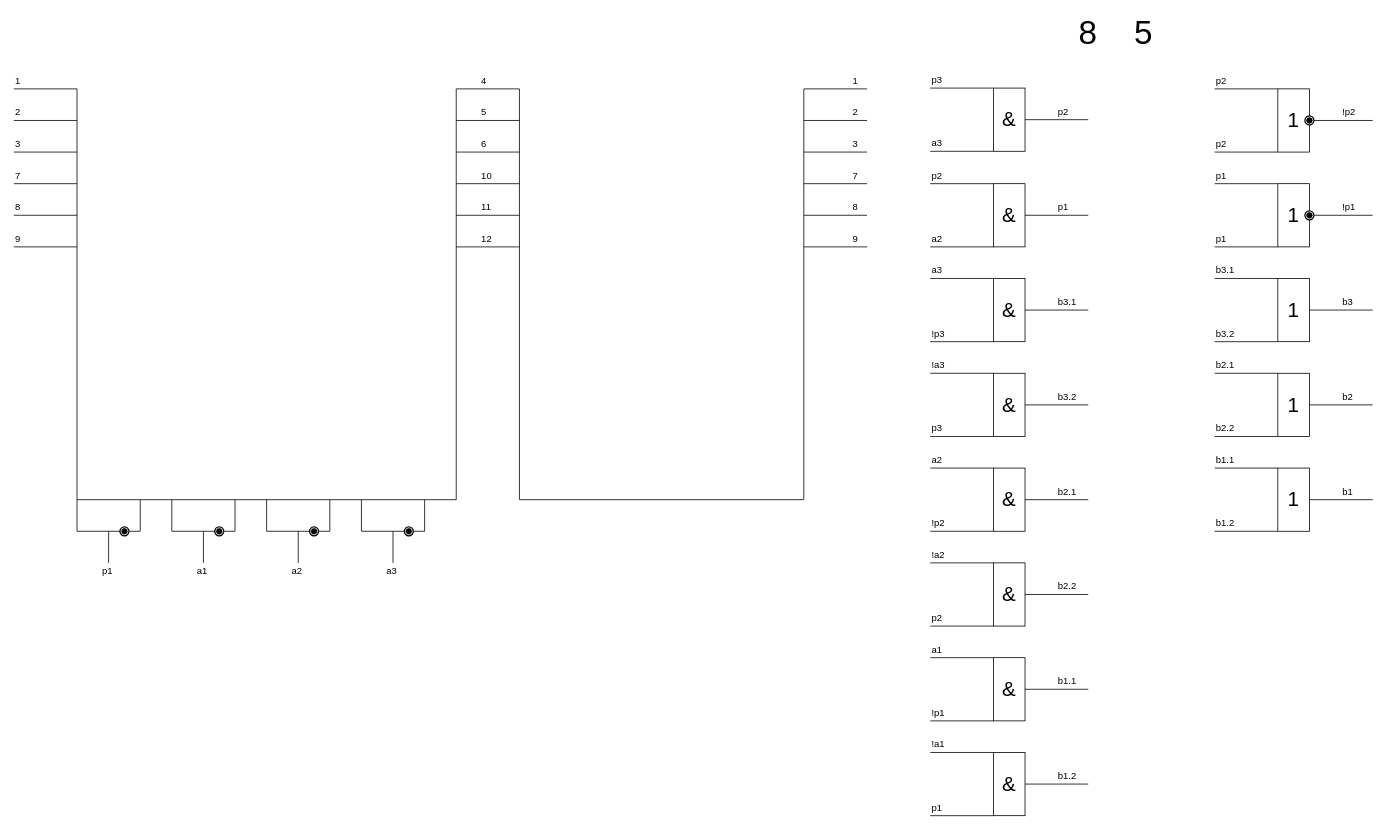
nayutalienx/digital_circuits keeps this draw.io diagram as counter.drawio. Above is the earlier version. Source tidied: cells renumbered, new cells numbered last; positions are measured from the earlier drawing's top-left corner, leaving out a move shared by most shapes. Both pictures are drawn from the tidied source at 79%, with x=0, y=0 at pixel (13, 25).
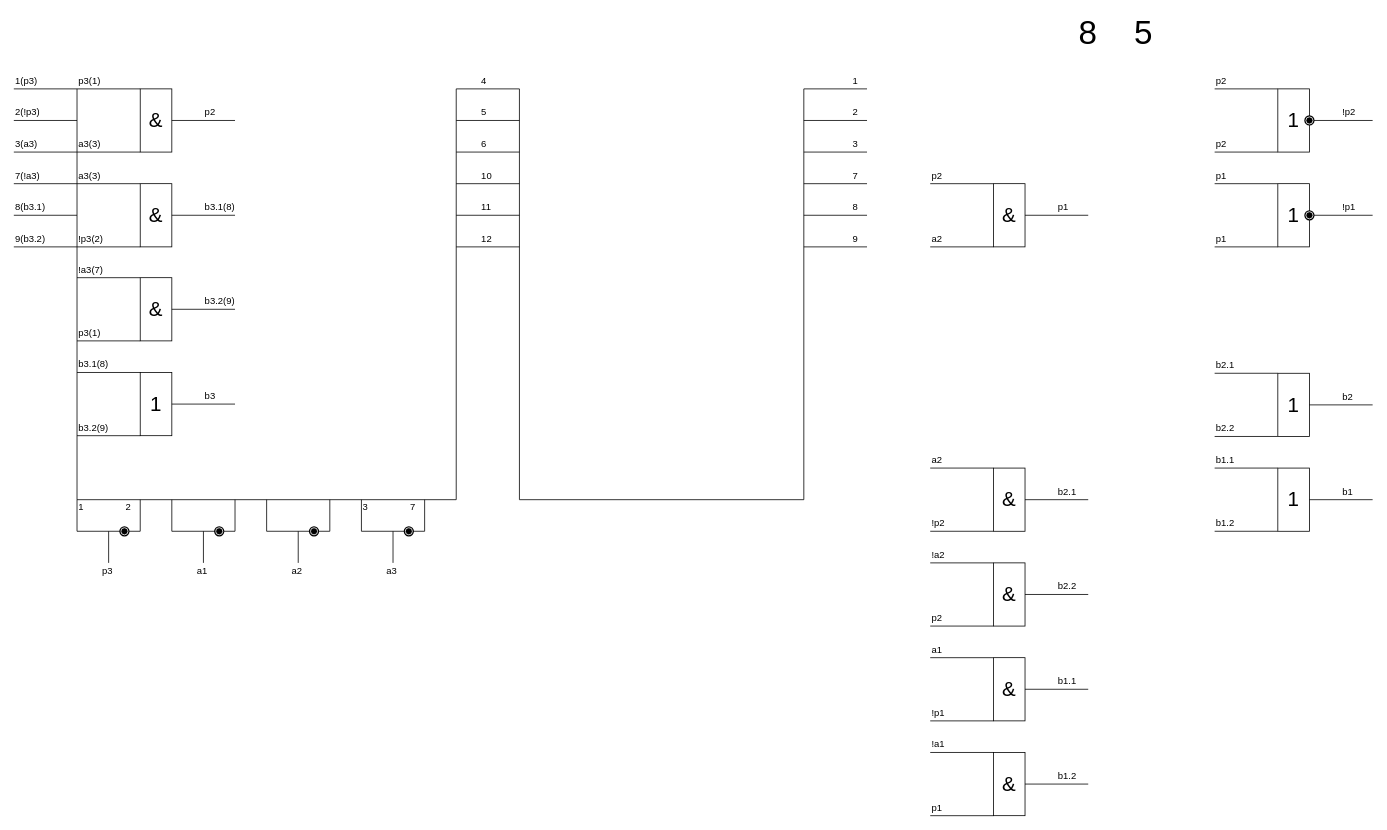
The same page after the edit.

Diff of the diagram source:
```diff
@@
-    <mxCell id="26" value="1" style="text;html=1;align=left;verticalAlign=top;spacingTop=-4;" parent="1" vertex="1">
-      <mxGeometry y="60" width="20" height="20" as="geometry" />
+    <mxCell id="26" value="1(p3)" style="text;html=1;align=left;verticalAlign=top;spacingTop=-4;" parent="1" vertex="1">
+      <mxGeometry y="60" width="40" height="20" as="geometry" />
     </mxCell>
-    <mxCell id="27" value="2" style="text;html=1;align=left;verticalAlign=top;spacingTop=-4;" parent="1" vertex="1">
-      <mxGeometry y="100" width="20" height="20" as="geometry" />
+    <mxCell id="27" value="2(!p3)" style="text;html=1;align=left;verticalAlign=top;spacingTop=-4;" parent="1" vertex="1">
+      <mxGeometry y="100" width="50" height="20" as="geometry" />
     </mxCell>
-    <mxCell id="28" value="3" style="text;html=1;align=left;verticalAlign=top;spacingTop=-4;" parent="1" vertex="1">
-      <mxGeometry y="140" width="20" height="20" as="geometry" />
+    <mxCell id="28" value="3(a3)" style="text;html=1;align=left;verticalAlign=top;spacingTop=-4;" parent="1" vertex="1">
+      <mxGeometry y="140" width="40" height="20" as="geometry" />
     </mxCell>
-    <mxCell id="29" value="7" style="text;html=1;align=left;verticalAlign=top;spacingTop=-4;" parent="1" vertex="1">
-      <mxGeometry y="180" width="20" height="20" as="geometry" />
+    <mxCell id="29" value="7(!a3)" style="text;html=1;align=left;verticalAlign=top;spacingTop=-4;" parent="1" vertex="1">
+      <mxGeometry y="180" width="50" height="20" as="geometry" />
     </mxCell>
-    <mxCell id="30" value="8" style="text;html=1;align=left;verticalAlign=top;spacingTop=-4;" parent="1" vertex="1">
-      <mxGeometry y="220" width="20" height="20" as="geometry" />
+    <mxCell id="30" value="8(b3.1)" style="text;html=1;align=left;verticalAlign=top;spacingTop=-4;" parent="1" vertex="1">
+      <mxGeometry y="220" width="50" height="20" as="geometry" />
     </mxCell>
-    <mxCell id="31" value="9" style="text;html=1;align=left;verticalAlign=top;spacingTop=-4;" parent="1" vertex="1">
-      <mxGeometry y="260" width="20" height="20" as="geometry" />
+    <mxCell id="31" value="9(b3.2)" style="text;html=1;align=left;verticalAlign=top;spacingTop=-4;" parent="1" vertex="1">
+      <mxGeometry y="260" width="50" height="20" as="geometry" />
     </mxCell>
@@
     <mxCell id="44" style="endArrow=none;html=1;" parent="1" edge="1">
       <mxGeometry relative="1" as="geometry">
-        <mxPoint x="1160" y="79" as="sourcePoint" />
-        <mxPoint x="1240" y="79" as="targetPoint" />
+        <mxPoint x="80" y="80" as="sourcePoint" />
+        <mxPoint x="160" y="80" as="targetPoint" />
       </mxGeometry>
     </mxCell>
     <mxCell id="45" style="endArrow=none;html=1;" parent="1" edge="1">
       <mxGeometry relative="1" as="geometry">
-        <mxPoint x="1160" y="159" as="sourcePoint" />
-        <mxPoint x="1240" y="159" as="targetPoint" />
+        <mxPoint x="80" y="160" as="sourcePoint" />
+        <mxPoint x="160" y="160" as="targetPoint" />
       </mxGeometry>
     </mxCell>
     <mxCell id="46" value="&lt;font style=&quot;font-size: 26px&quot;&gt;&amp;amp;&lt;/font&gt;" style="rounded=0;whiteSpace=wrap;html=1;" parent="1" vertex="1">
-      <mxGeometry x="1240" y="79" width="40" height="80" as="geometry" />
+      <mxGeometry x="160" y="80" width="40" height="80" as="geometry" />
     </mxCell>
     <mxCell id="47" style="endArrow=none;html=1;" parent="1" edge="1">
       <mxGeometry relative="1" as="geometry">
-        <mxPoint x="1280" y="119" as="sourcePoint" />
-        <mxPoint x="1360" y="119" as="targetPoint" />
+        <mxPoint x="200" y="120" as="sourcePoint" />
+        <mxPoint x="280" y="120" as="targetPoint" />
       </mxGeometry>
     </mxCell>
@@
-    <mxCell id="52" value="p3" style="text;html=1;align=left;verticalAlign=top;spacingTop=-4;" parent="1" vertex="1">
-      <mxGeometry x="1160" y="59" width="30" height="20" as="geometry" />
+    <mxCell id="52" value="p3(1)" style="text;html=1;align=left;verticalAlign=top;spacingTop=-4;" parent="1" vertex="1">
+      <mxGeometry x="80" y="60" width="40" height="20" as="geometry" />
     </mxCell>
-    <mxCell id="53" value="a3" style="text;html=1;align=left;verticalAlign=top;spacingTop=-4;" parent="1" vertex="1">
-      <mxGeometry x="1160" y="139" width="30" height="20" as="geometry" />
+    <mxCell id="53" value="a3(3)" style="text;html=1;align=left;verticalAlign=top;spacingTop=-4;" parent="1" vertex="1">
+      <mxGeometry x="80" y="140" width="40" height="20" as="geometry" />
     </mxCell>
     <mxCell id="54" value="p2" style="text;html=1;align=left;verticalAlign=top;spacingTop=-4;" parent="1" vertex="1">
-      <mxGeometry x="1320" y="99" width="30" height="20" as="geometry" />
+      <mxGeometry x="240" y="100" width="30" height="20" as="geometry" />
     </mxCell>
@@
     <mxCell id="67" style="endArrow=none;html=1;" parent="1" edge="1">
       <mxGeometry relative="1" as="geometry">
-        <mxPoint x="1160" y="320" as="sourcePoint" />
-        <mxPoint x="1240" y="320" as="targetPoint" />
+        <mxPoint x="80" y="200" as="sourcePoint" />
+        <mxPoint x="160" y="200" as="targetPoint" />
       </mxGeometry>
     </mxCell>
     <mxCell id="68" style="endArrow=none;html=1;" parent="1" edge="1">
       <mxGeometry relative="1" as="geometry">
-        <mxPoint x="1160" y="400" as="sourcePoint" />
-        <mxPoint x="1240" y="400" as="targetPoint" />
+        <mxPoint x="80" y="280" as="sourcePoint" />
+        <mxPoint x="160" y="280" as="targetPoint" />
       </mxGeometry>
     </mxCell>
     <mxCell id="69" value="&lt;font style=&quot;font-size: 26px&quot;&gt;&amp;amp;&lt;/font&gt;" style="rounded=0;whiteSpace=wrap;html=1;" parent="1" vertex="1">
-      <mxGeometry x="1240" y="320" width="40" height="80" as="geometry" />
+      <mxGeometry x="160" y="200" width="40" height="80" as="geometry" />
     </mxCell>
     <mxCell id="70" style="endArrow=none;html=1;" parent="1" edge="1">
       <mxGeometry relative="1" as="geometry">
-        <mxPoint x="1280" y="360" as="sourcePoint" />
-        <mxPoint x="1360" y="360" as="targetPoint" />
+        <mxPoint x="200" y="240" as="sourcePoint" />
+        <mxPoint x="280" y="240" as="targetPoint" />
       </mxGeometry>
     </mxCell>
-    <mxCell id="71" value="a3" style="text;html=1;align=left;verticalAlign=top;spacingTop=-4;" parent="1" vertex="1">
-      <mxGeometry x="1160" y="300" width="30" height="20" as="geometry" />
+    <mxCell id="71" value="a3(3)" style="text;html=1;align=left;verticalAlign=top;spacingTop=-4;" parent="1" vertex="1">
+      <mxGeometry x="80" y="180" width="40" height="20" as="geometry" />
     </mxCell>
-    <mxCell id="72" value="!p3" style="text;html=1;align=left;verticalAlign=top;spacingTop=-4;" parent="1" vertex="1">
-      <mxGeometry x="1160" y="380" width="30" height="20" as="geometry" />
+    <mxCell id="72" value="!p3(2)" style="text;html=1;align=left;verticalAlign=top;spacingTop=-4;" parent="1" vertex="1">
+      <mxGeometry x="80" y="260" width="50" height="20" as="geometry" />
     </mxCell>
-    <mxCell id="73" value="b3.1" style="text;html=1;align=left;verticalAlign=top;spacingTop=-4;" parent="1" vertex="1">
-      <mxGeometry x="1320" y="340" width="40" height="20" as="geometry" />
+    <mxCell id="73" value="b3.1(8)" style="text;html=1;align=left;verticalAlign=top;spacingTop=-4;" parent="1" vertex="1">
+      <mxGeometry x="240" y="220" width="50" height="20" as="geometry" />
     </mxCell>
     <mxCell id="74" style="endArrow=none;html=1;" parent="1" edge="1">
       <mxGeometry relative="1" as="geometry">
-        <mxPoint x="1160" y="440" as="sourcePoint" />
-        <mxPoint x="1240" y="440" as="targetPoint" />
+        <mxPoint x="80" y="319" as="sourcePoint" />
+        <mxPoint x="160" y="319" as="targetPoint" />
       </mxGeometry>
     </mxCell>
     <mxCell id="75" style="endArrow=none;html=1;" parent="1" edge="1">
       <mxGeometry relative="1" as="geometry">
-        <mxPoint x="1160" y="520" as="sourcePoint" />
-        <mxPoint x="1240" y="520" as="targetPoint" />
+        <mxPoint x="80" y="399" as="sourcePoint" />
+        <mxPoint x="160" y="399" as="targetPoint" />
       </mxGeometry>
     </mxCell>
     <mxCell id="76" value="&lt;font style=&quot;font-size: 26px&quot;&gt;&amp;amp;&lt;/font&gt;" style="rounded=0;whiteSpace=wrap;html=1;" parent="1" vertex="1">
-      <mxGeometry x="1240" y="440" width="40" height="80" as="geometry" />
+      <mxGeometry x="160" y="319" width="40" height="80" as="geometry" />
     </mxCell>
     <mxCell id="77" style="endArrow=none;html=1;" parent="1" edge="1">
       <mxGeometry relative="1" as="geometry">
-        <mxPoint x="1280" y="480" as="sourcePoint" />
-        <mxPoint x="1360" y="480" as="targetPoint" />
+        <mxPoint x="200" y="359" as="sourcePoint" />
+        <mxPoint x="280" y="359" as="targetPoint" />
       </mxGeometry>
     </mxCell>
-    <mxCell id="78" value="!a3" style="text;html=1;align=left;verticalAlign=top;spacingTop=-4;" parent="1" vertex="1">
-      <mxGeometry x="1160" y="420" width="30" height="20" as="geometry" />
+    <mxCell id="78" value="!a3(7)" style="text;html=1;align=left;verticalAlign=top;spacingTop=-4;" parent="1" vertex="1">
+      <mxGeometry x="80" y="299" width="50" height="20" as="geometry" />
     </mxCell>
-    <mxCell id="79" value="p3" style="text;html=1;align=left;verticalAlign=top;spacingTop=-4;" parent="1" vertex="1">
-      <mxGeometry x="1160" y="500" width="30" height="20" as="geometry" />
+    <mxCell id="79" value="p3(1)" style="text;html=1;align=left;verticalAlign=top;spacingTop=-4;" parent="1" vertex="1">
+      <mxGeometry x="80" y="379" width="40" height="20" as="geometry" />
     </mxCell>
-    <mxCell id="80" value="b3.2" style="text;html=1;align=left;verticalAlign=top;spacingTop=-4;" parent="1" vertex="1">
-      <mxGeometry x="1320" y="460" width="40" height="20" as="geometry" />
+    <mxCell id="80" value="b3.2(9)" style="text;html=1;align=left;verticalAlign=top;spacingTop=-4;" parent="1" vertex="1">
+      <mxGeometry x="240" y="339" width="50" height="20" as="geometry" />
     </mxCell>
@@
     <mxCell id="115" style="endArrow=none;html=1;" parent="1" edge="1">
       <mxGeometry relative="1" as="geometry">
-        <mxPoint x="1520" y="320" as="sourcePoint" />
-        <mxPoint x="1600" y="320" as="targetPoint" />
+        <mxPoint x="80" y="439" as="sourcePoint" />
+        <mxPoint x="160" y="439" as="targetPoint" />
       </mxGeometry>
     </mxCell>
     <mxCell id="116" style="endArrow=none;html=1;" parent="1" edge="1">
       <mxGeometry relative="1" as="geometry">
-        <mxPoint x="1520" y="400" as="sourcePoint" />
-        <mxPoint x="1600" y="400" as="targetPoint" />
+        <mxPoint x="80" y="519" as="sourcePoint" />
+        <mxPoint x="160" y="519" as="targetPoint" />
       </mxGeometry>
     </mxCell>
     <mxCell id="117" value="&lt;font style=&quot;font-size: 26px&quot;&gt;1&lt;/font&gt;" style="rounded=0;whiteSpace=wrap;html=1;" parent="1" vertex="1">
-      <mxGeometry x="1600" y="320" width="40" height="80" as="geometry" />
+      <mxGeometry x="160" y="439" width="40" height="80" as="geometry" />
     </mxCell>
     <mxCell id="118" style="endArrow=none;html=1;" parent="1" edge="1">
       <mxGeometry relative="1" as="geometry">
-        <mxPoint x="1640" y="360" as="sourcePoint" />
-        <mxPoint x="1720" y="360" as="targetPoint" />
+        <mxPoint x="200" y="479" as="sourcePoint" />
+        <mxPoint x="280" y="479" as="targetPoint" />
       </mxGeometry>
     </mxCell>
-    <mxCell id="119" value="b3.1" style="text;html=1;align=left;verticalAlign=top;spacingTop=-4;" parent="1" vertex="1">
-      <mxGeometry x="1520" y="300" width="40" height="20" as="geometry" />
+    <mxCell id="119" value="b3.1(8)" style="text;html=1;align=left;verticalAlign=top;spacingTop=-4;" parent="1" vertex="1">
+      <mxGeometry x="80" y="419" width="50" height="20" as="geometry" />
     </mxCell>
-    <mxCell id="120" value="b3.2" style="text;html=1;align=left;verticalAlign=top;spacingTop=-4;" parent="1" vertex="1">
-      <mxGeometry x="1520" y="380" width="40" height="20" as="geometry" />
+    <mxCell id="120" value="b3.2(9)" style="text;html=1;align=left;verticalAlign=top;spacingTop=-4;" parent="1" vertex="1">
+      <mxGeometry x="80" y="499" width="50" height="20" as="geometry" />
     </mxCell>
     <mxCell id="121" value="b3" style="text;html=1;align=left;verticalAlign=top;spacingTop=-4;" parent="1" vertex="1">
-      <mxGeometry x="1680" y="340" width="30" height="20" as="geometry" />
+      <mxGeometry x="240" y="459" width="30" height="20" as="geometry" />
     </mxCell>
@@
-    <mxCell id="166" value="p1" style="text;html=1;align=left;verticalAlign=top;spacingTop=-4;" parent="1" vertex="1">
+    <mxCell id="166" value="p3" style="text;html=1;align=left;verticalAlign=top;spacingTop=-4;" parent="1" vertex="1">
       <mxGeometry x="110" y="680" width="30" height="20" as="geometry" />
     </mxCell>
@@
+    <mxCell id="169" value="1" style="text;html=1;align=left;verticalAlign=top;spacingTop=-4;" parent="1" vertex="1">
+      <mxGeometry x="80" y="600" width="20" height="20" as="geometry" />
+    </mxCell>
+    <mxCell id="170" value="2" style="text;html=1;align=left;verticalAlign=top;spacingTop=-4;" parent="1" vertex="1">
+      <mxGeometry x="140" y="600" width="20" height="20" as="geometry" />
+    </mxCell>
+    <mxCell id="171" value="3" style="text;html=1;align=left;verticalAlign=top;spacingTop=-4;" parent="1" vertex="1">
+      <mxGeometry x="440" y="600" width="20" height="20" as="geometry" />
+    </mxCell>
+    <mxCell id="172" value="7" style="text;html=1;align=left;verticalAlign=top;spacingTop=-4;" parent="1" vertex="1">
+      <mxGeometry x="500" y="600" width="20" height="20" as="geometry" />
+    </mxCell>
```
